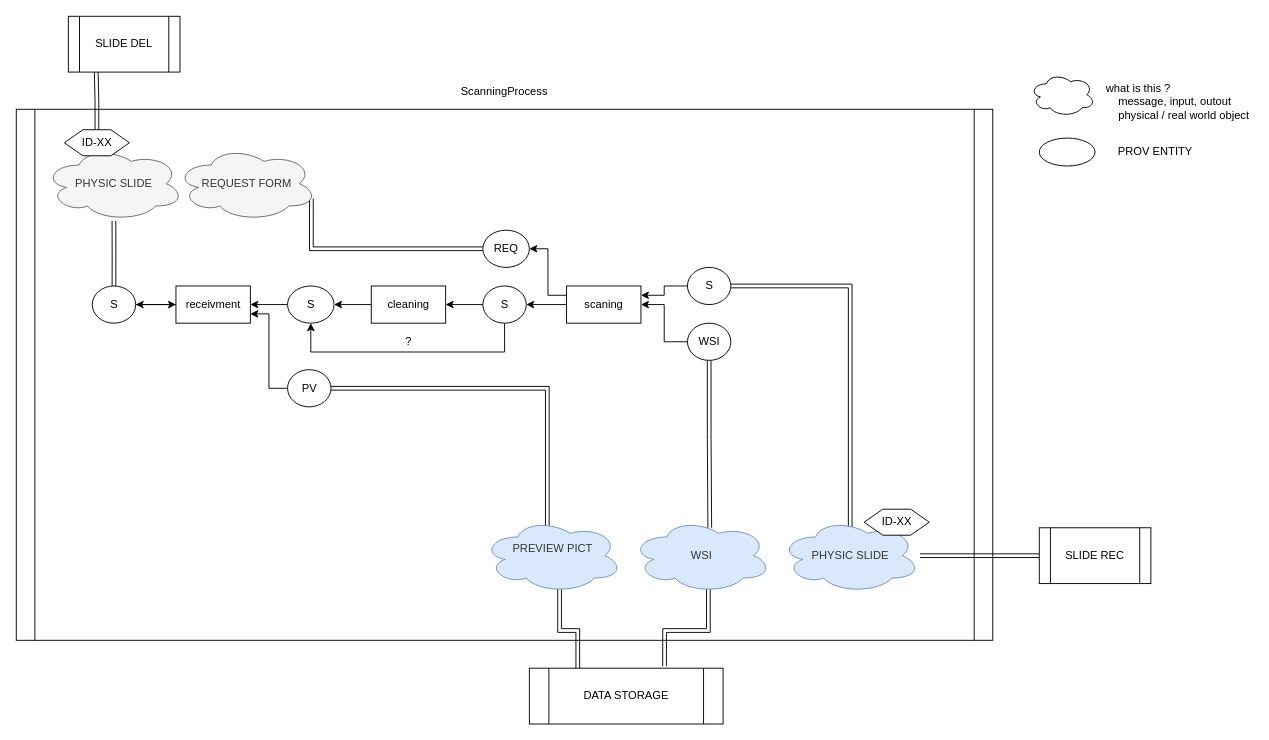
The draw.io diagram PBS/scanning-workflow/Untitled Diagram.drawio in BBMRI-ERIC/ISO23494-PROV-demonstrator, before the edit. Source tidied: cells renumbered, new cells numbered last; positions are measured from the earlier drawing's top-left corner, leaving out a move shared by most shapes. Both pictures are drawn from the tidied source at 93%, with x=0, y=0 at pixel (16, 16).
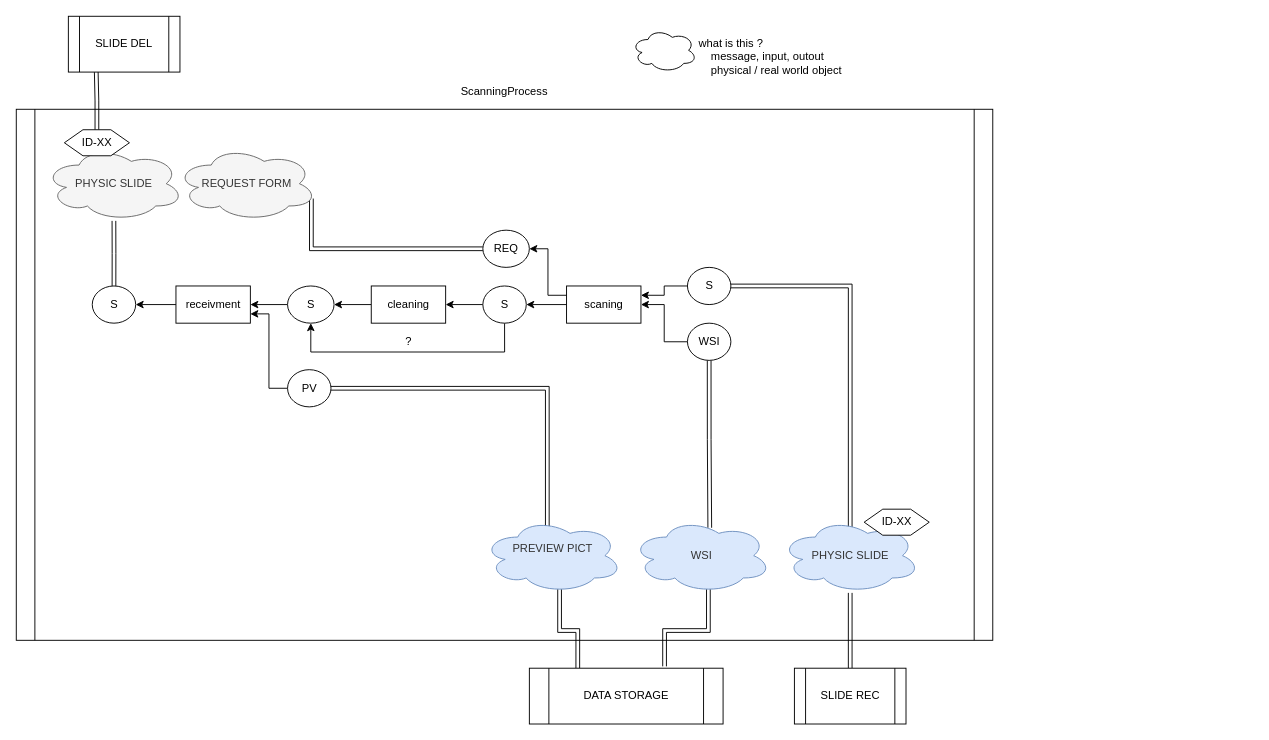
The same page after the edit.

The change refers to these unchanged cells:
```xml
<mxCell id="6" value="S" style="ellipse;whiteSpace=wrap;html=1;" parent="1" vertex="1">
  <mxGeometry x="81.7" y="290" width="46.7" height="40" as="geometry" />
</mxCell>
<mxCell id="9" value="receivment" style="rounded=0;whiteSpace=wrap;html=1;" parent="1" vertex="1">
  <mxGeometry x="171.7" y="290" width="80" height="40" as="geometry" />
</mxCell>
```

The edit, as a diff of the source:
```diff
@@
-    <mxCell id="3" style="edgeStyle=orthogonalEdgeStyle;rounded=0;jettySize=auto;html=1;exitX=1;exitY=0.5;exitDx=0;exitDy=0;" parent="1" edge="1" source="6" target="9">
+    <mxCell id="3" style="edgeStyle=orthogonalEdgeStyle;rounded=0;jettySize=auto;html=1;exitX=1;exitY=0.5;exitDx=0;exitDy=0;startArrow=classic;startFill=1;endArrow=none;endFill=0;" parent="1" edge="1" source="6" target="9">
       <mxGeometry relative="1" as="geometry" />
     </mxCell>
-    <mxCell id="4" style="edgeStyle=orthogonalEdgeStyle;rounded=0;jettySize=auto;html=1;endArrow=none;endFill=0;startArrow=classic;startFill=1;" parent="1" edge="1" source="6" target="9">
-      <mxGeometry relative="1" as="geometry" />
-    </mxCell>
@@
     <mxCell id="41" value="SLIDE REC" style="shape=process;whiteSpace=wrap;html=1;backgroundOutline=1;" parent="1" vertex="1">
-      <mxGeometry x="1100" y="550" width="120" height="60" as="geometry" />
+      <mxGeometry x="836.7" y="701" width="120" height="60" as="geometry" />
     </mxCell>
@@
     <mxCell id="45" style="ellipse;shape=cloud;whiteSpace=wrap;html=1;" parent="1" vertex="1">
-      <mxGeometry x="1090" y="61" width="70" height="46.7" as="geometry" />
+      <mxGeometry x="661.7" y="13.3" width="70" height="46.7" as="geometry" />
     </mxCell>
-    <mxCell id="46" style="ellipse;whiteSpace=wrap;html=1;" parent="1" vertex="1">
-      <mxGeometry x="1100" y="131" width="60" height="30" as="geometry" />
-    </mxCell>
-    <mxCell id="47" value="PROV ENTITY" style="text;html=1;strokeColor=none;fillColor=none;align=center;verticalAlign=middle;whiteSpace=wrap;rounded=0;" parent="1" vertex="1">
-      <mxGeometry x="1180" y="136" width="90" height="20" as="geometry" />
-    </mxCell>
     <mxCell id="48" value="what is this ?&lt;br&gt;&amp;nbsp; &amp;nbsp; message, input, outout&lt;br&gt;&amp;nbsp; &amp;nbsp; physical / real world object" style="text;html=1;strokeColor=none;fillColor=none;align=left;verticalAlign=middle;whiteSpace=wrap;rounded=0;" parent="1" vertex="1">
-      <mxGeometry x="1170" y="61" width="160" height="61" as="geometry" />
+      <mxGeometry x="731.7" y="13.3" width="160" height="61" as="geometry" />
     </mxCell>
```
